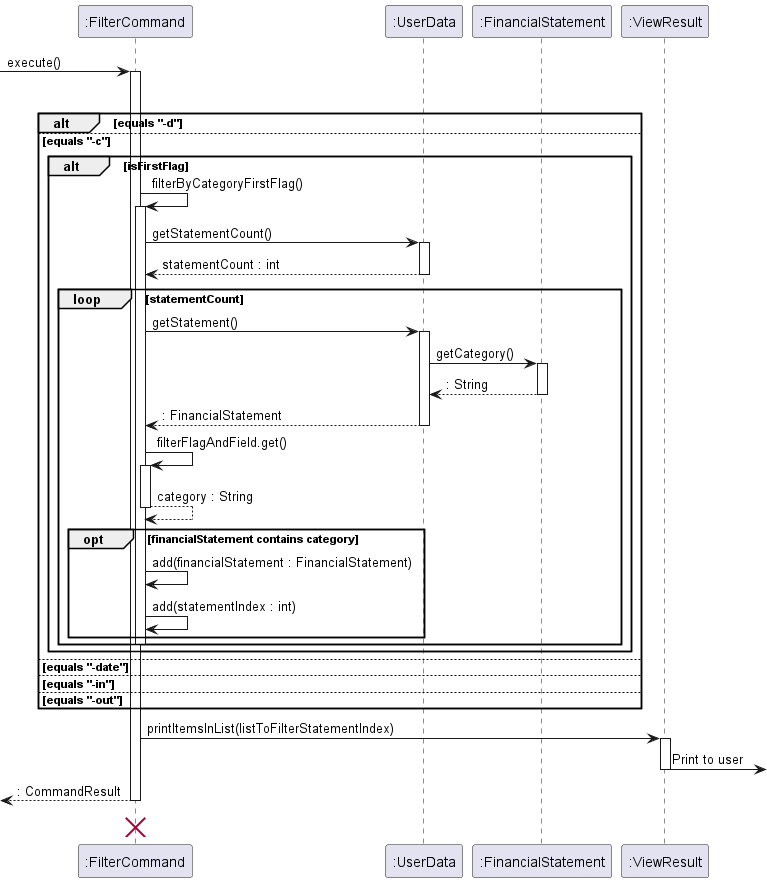
nus-cs2113-AY2223S2/tp keeps this PlantUML diagram as docs/images/DeveloperGuide/FilterCommand.png. Above is the earlier version.
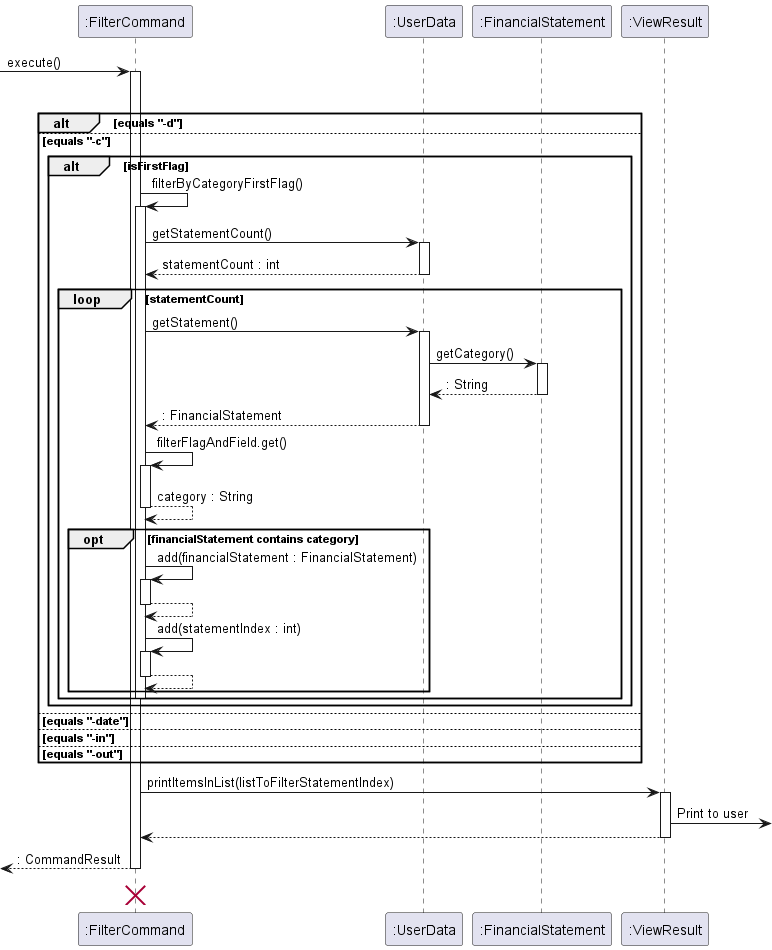
After the change.

Commit message:
Update filter command diagram

Diff of the diagram source:
```diff
@@ -38,7 +38,13 @@
 
                 opt financialStatement contains category
                     FilterCommand -> FilterCommand : add(financialStatement : FinancialStatement)
+                    activate FilterCommand
+                    FilterCommand --> FilterCommand
+                    deactivate FilterCommand
                     FilterCommand -> FilterCommand : add(statementIndex : int)
+                    activate FilterCommand
+                    FilterCommand --> FilterCommand
+                    deactivate FilterCommand
                 end
                 deactivate FilterCommand
         end
@@ -53,6 +59,7 @@
 FilterCommand -> ViewResult : printItemsInList(listToFilterStatementIndex)
 activate ViewResult
 ViewResult -> :Print to user
+ViewResult --> FilterCommand
 deactivate ViewResult
 
 [<--FilterCommand : : CommandResult
```
